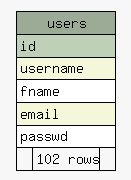
Before: dbDocs/diagrams/summary/users.1degree.png, a diagram exported from Graphviz (btv/DED_backend). Its source is kept beside it as dbDocs/diagrams/summary/users.1degree.dot.
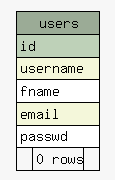
The same file after the commit.

The edit, as a diff of the source:
```diff
@@ -24,7 +24,7 @@
       <TR><TD PORT="fname" COLSPAN="3" ALIGN="LEFT">fname</TD></TR>
       <TR><TD PORT="email" COLSPAN="3" BGCOLOR="#f4f7da" ALIGN="LEFT">email</TD></TR>
       <TR><TD PORT="passwd" COLSPAN="3" ALIGN="LEFT">passwd</TD></TR>
-      <TR><TD ALIGN="LEFT" BGCOLOR="#f7f7f7">  </TD><TD ALIGN="RIGHT" BGCOLOR="#f7f7f7">102 rows</TD><TD ALIGN="RIGHT" BGCOLOR="#f7f7f7">  </TD></TR>
+      <TR><TD ALIGN="LEFT" BGCOLOR="#f7f7f7">  </TD><TD ALIGN="RIGHT" BGCOLOR="#f7f7f7">0 rows</TD><TD ALIGN="RIGHT" BGCOLOR="#f7f7f7">  </TD></TR>
     </TABLE>>
     URL="tables/users.html"
     tooltip="users"
```
